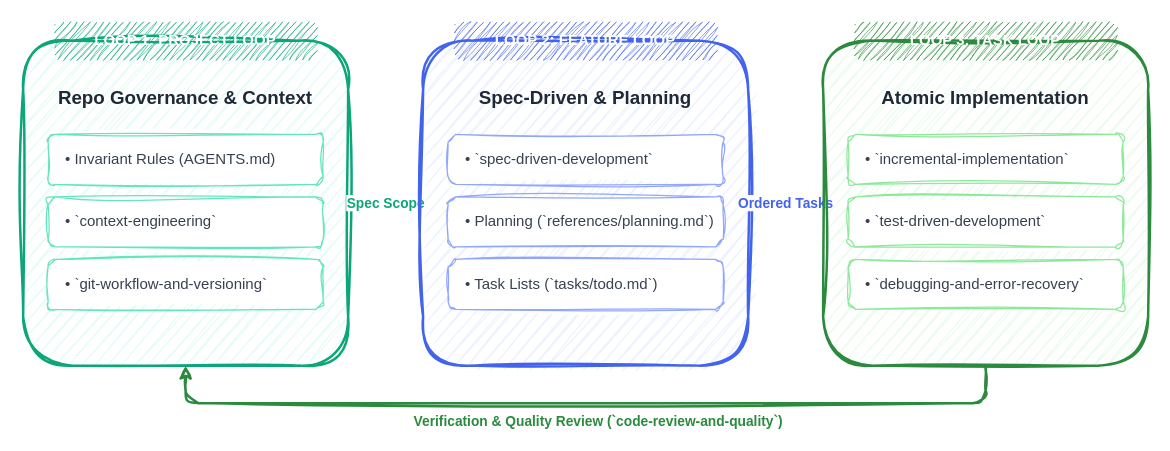
Earlier version of the draw.io diagram public/diagrams/three-loop-harness.drawio (samuelek25k/samuelj90.github.io). Source tidied: cells renumbered, new cells numbered last; positions are measured from the earlier drawing's top-left corner, leaving out a move shared by most shapes. Both pictures are drawn from the tidied source at 125%, with x=0, y=0 at pixel (22, 21).
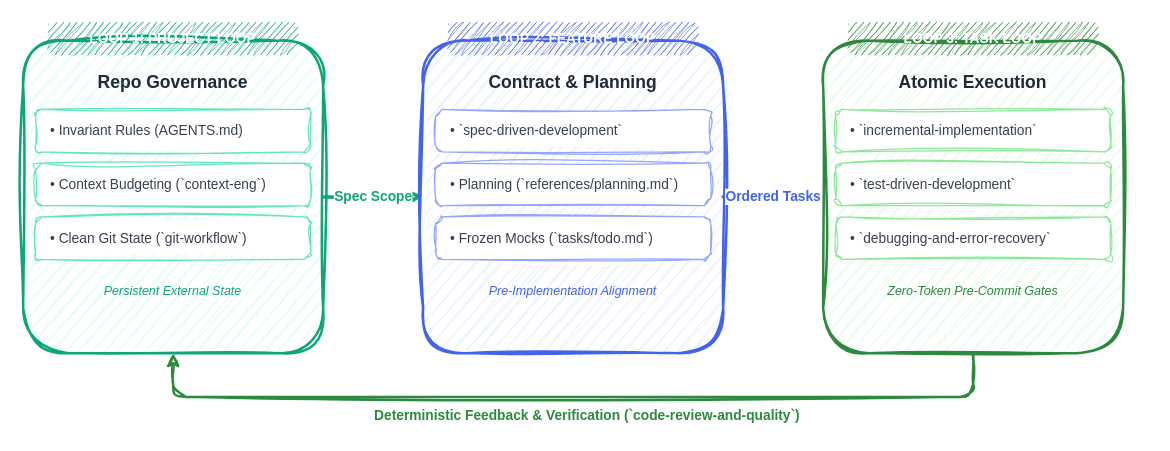
After the change.

Commit message (it also covers changes not shown here):
fix(diagrams): fix readability by standardizing aspect ratio, font sizes, and layout to 960x380 spec

Diff of the diagram source:
```diff
@@
     <mxCell id="2" style="rounded=1;whiteSpace=wrap;html=1;sketch=1;curveFitting=1;jiggle=2;fillColor=#e6fcf5;strokeColor=#0ca678;strokeWidth=2;shadow=0;" parent="1" vertex="1">
-      <mxGeometry y="15" width="260" height="260" as="geometry" />
+      <mxGeometry y="15" width="240" height="250" as="geometry" />
     </mxCell>
-    <mxCell id="3" value="LOOP 1: PROJECT LOOP" style="rounded=1;whiteSpace=wrap;html=1;sketch=1;curveFitting=1;jiggle=2;fillColor=#0ca678;strokeColor=none;fontColor=#ffffff;fontStyle=1;fontSize=12;fontFamily=Helvetica;" parent="1" vertex="1">
-      <mxGeometry x="25" width="210" height="30" as="geometry" />
+    <mxCell id="3" value="LOOP 1: PROJECT LOOP" style="rounded=1;whiteSpace=wrap;html=1;sketch=1;curveFitting=1;jiggle=2;fillColor=#0ca678;strokeColor=none;fontColor=#ffffff;fontStyle=1;fontSize=11;fontFamily=Helvetica;" parent="1" vertex="1">
+      <mxGeometry x="20" width="200" height="26" as="geometry" />
     </mxCell>
-    <mxCell id="4" value="&lt;b&gt;Repo Governance &amp; Context&lt;/b&gt;" style="text;html=1;strokeColor=none;fillColor=none;align=center;verticalAlign=middle;whiteSpace=wrap;rounded=0;fontSize=15;fontFamily=Helvetica;fontColor=#1f2937;" parent="1" vertex="1">
-      <mxGeometry x="20" y="45" width="220" height="30" as="geometry" />
+    <mxCell id="4" value="&lt;b&gt;Repo Governance&lt;/b&gt;" style="text;html=1;strokeColor=none;fillColor=none;align=center;verticalAlign=middle;whiteSpace=wrap;rounded=0;fontSize=14;fontFamily=Helvetica;fontColor=#1f2937;" parent="1" vertex="1">
+      <mxGeometry x="10" y="35" width="220" height="25" as="geometry" />
     </mxCell>
-    <mxCell id="5" value="• Invariant Rules (AGENTS.md)" style="rounded=1;whiteSpace=wrap;html=1;sketch=1;curveFitting=1;jiggle=2;fillColor=#ffffff;strokeColor=#63e6be;fontSize=12;align=left;spacingLeft=12;fontFamily=Helvetica;fontColor=#374151;" parent="1" vertex="1">
-      <mxGeometry x="20" y="90" width="220" height="40" as="geometry" />
+    <mxCell id="5" value="• Invariant Rules (AGENTS.md)" style="rounded=1;whiteSpace=wrap;html=1;sketch=1;curveFitting=1;jiggle=2;fillColor=#ffffff;strokeColor=#63e6be;fontSize=11;align=left;spacingLeft=10;fontFamily=Helvetica;fontColor=#374151;" parent="1" vertex="1">
+      <mxGeometry x="10" y="70" width="220" height="34" as="geometry" />
     </mxCell>
-    <mxCell id="6" value="• `context-engineering`" style="rounded=1;whiteSpace=wrap;html=1;sketch=1;curveFitting=1;jiggle=2;fillColor=#ffffff;strokeColor=#63e6be;fontSize=12;align=left;spacingLeft=12;fontFamily=Helvetica;fontColor=#374151;" parent="1" vertex="1">
-      <mxGeometry x="20" y="140" width="220" height="40" as="geometry" />
+    <mxCell id="6" value="• Context Budgeting (`context-eng`)" style="rounded=1;whiteSpace=wrap;html=1;sketch=1;curveFitting=1;jiggle=2;fillColor=#ffffff;strokeColor=#63e6be;fontSize=11;align=left;spacingLeft=10;fontFamily=Helvetica;fontColor=#374151;" parent="1" vertex="1">
+      <mxGeometry x="10" y="113" width="220" height="34" as="geometry" />
     </mxCell>
-    <mxCell id="7" value="• `git-workflow-and-versioning`" style="rounded=1;whiteSpace=wrap;html=1;sketch=1;curveFitting=1;jiggle=2;fillColor=#ffffff;strokeColor=#63e6be;fontSize=12;align=left;spacingLeft=12;fontFamily=Helvetica;fontColor=#374151;" parent="1" vertex="1">
-      <mxGeometry x="20" y="190" width="220" height="40" as="geometry" />
+    <mxCell id="7" value="• Clean Git State (`git-workflow`)" style="rounded=1;whiteSpace=wrap;html=1;sketch=1;curveFitting=1;jiggle=2;fillColor=#ffffff;strokeColor=#63e6be;fontSize=11;align=left;spacingLeft=10;fontFamily=Helvetica;fontColor=#374151;" parent="1" vertex="1">
+      <mxGeometry x="10" y="156" width="220" height="34" as="geometry" />
     </mxCell>
+    <mxCell id="23" value="Persistent External State" style="text;html=1;strokeColor=none;fillColor=none;align=center;verticalAlign=middle;whiteSpace=wrap;rounded=0;fontSize=10;fontColor=#0ca678;fontStyle=2;fontFamily=Helvetica;" parent="1" vertex="1">
+      <mxGeometry x="10" y="205" width="220" height="20" as="geometry" />
+    </mxCell>
@@
     <mxCell id="9" style="rounded=1;whiteSpace=wrap;html=1;sketch=1;curveFitting=1;jiggle=2;fillColor=#edf2ff;strokeColor=#4263eb;strokeWidth=2;shadow=0;" parent="1" vertex="1">
-      <mxGeometry x="320" y="15" width="260" height="260" as="geometry" />
+      <mxGeometry x="320" y="15" width="240" height="250" as="geometry" />
     </mxCell>
-    <mxCell id="10" value="LOOP 2: FEATURE LOOP" style="rounded=1;whiteSpace=wrap;html=1;sketch=1;curveFitting=1;jiggle=2;fillColor=#4263eb;strokeColor=none;fontColor=#ffffff;fontStyle=1;fontSize=12;fontFamily=Helvetica;" parent="1" vertex="1">
-      <mxGeometry x="345" width="210" height="30" as="geometry" />
+    <mxCell id="10" value="LOOP 2: FEATURE LOOP" style="rounded=1;whiteSpace=wrap;html=1;sketch=1;curveFitting=1;jiggle=2;fillColor=#4263eb;strokeColor=none;fontColor=#ffffff;fontStyle=1;fontSize=11;fontFamily=Helvetica;" parent="1" vertex="1">
+      <mxGeometry x="340" width="200" height="26" as="geometry" />
     </mxCell>
-    <mxCell id="11" value="&lt;b&gt;Spec-Driven &amp; Planning&lt;/b&gt;" style="text;html=1;strokeColor=none;fillColor=none;align=center;verticalAlign=middle;whiteSpace=wrap;rounded=0;fontSize=15;fontFamily=Helvetica;fontColor=#1f2937;" parent="1" vertex="1">
-      <mxGeometry x="340" y="45" width="220" height="30" as="geometry" />
+    <mxCell id="11" value="&lt;b&gt;Contract &amp; Planning&lt;/b&gt;" style="text;html=1;strokeColor=none;fillColor=none;align=center;verticalAlign=middle;whiteSpace=wrap;rounded=0;fontSize=14;fontFamily=Helvetica;fontColor=#1f2937;" parent="1" vertex="1">
+      <mxGeometry x="330" y="35" width="220" height="25" as="geometry" />
     </mxCell>
-    <mxCell id="12" value="• `spec-driven-development`" style="rounded=1;whiteSpace=wrap;html=1;sketch=1;curveFitting=1;jiggle=2;fillColor=#ffffff;strokeColor=#91a7ff;fontSize=12;align=left;spacingLeft=12;fontFamily=Helvetica;fontColor=#374151;" parent="1" vertex="1">
-      <mxGeometry x="340" y="90" width="220" height="40" as="geometry" />
+    <mxCell id="12" value="• `spec-driven-development`" style="rounded=1;whiteSpace=wrap;html=1;sketch=1;curveFitting=1;jiggle=2;fillColor=#ffffff;strokeColor=#91a7ff;fontSize=11;align=left;spacingLeft=10;fontFamily=Helvetica;fontColor=#374151;" parent="1" vertex="1">
+      <mxGeometry x="330" y="70" width="220" height="34" as="geometry" />
     </mxCell>
-    <mxCell id="13" value="• Planning (`references/planning.md`)" style="rounded=1;whiteSpace=wrap;html=1;sketch=1;curveFitting=1;jiggle=2;fillColor=#ffffff;strokeColor=#91a7ff;fontSize=12;align=left;spacingLeft=12;fontFamily=Helvetica;fontColor=#374151;" parent="1" vertex="1">
-      <mxGeometry x="340" y="140" width="220" height="40" as="geometry" />
+    <mxCell id="13" value="• Planning (`references/planning.md`)" style="rounded=1;whiteSpace=wrap;html=1;sketch=1;curveFitting=1;jiggle=2;fillColor=#ffffff;strokeColor=#91a7ff;fontSize=11;align=left;spacingLeft=10;fontFamily=Helvetica;fontColor=#374151;" parent="1" vertex="1">
+      <mxGeometry x="330" y="113" width="220" height="34" as="geometry" />
     </mxCell>
-    <mxCell id="14" value="• Task Lists (`tasks/todo.md`)" style="rounded=1;whiteSpace=wrap;html=1;sketch=1;curveFitting=1;jiggle=2;fillColor=#ffffff;strokeColor=#91a7ff;fontSize=12;align=left;spacingLeft=12;fontFamily=Helvetica;fontColor=#374151;" parent="1" vertex="1">
-      <mxGeometry x="340" y="190" width="220" height="40" as="geometry" />
+    <mxCell id="14" value="• Frozen Mocks (`tasks/todo.md`)" style="rounded=1;whiteSpace=wrap;html=1;sketch=1;curveFitting=1;jiggle=2;fillColor=#ffffff;strokeColor=#91a7ff;fontSize=11;align=left;spacingLeft=10;fontFamily=Helvetica;fontColor=#374151;" parent="1" vertex="1">
+      <mxGeometry x="330" y="156" width="220" height="34" as="geometry" />
     </mxCell>
+    <mxCell id="24" value="Pre-Implementation Alignment" style="text;html=1;strokeColor=none;fillColor=none;align=center;verticalAlign=middle;whiteSpace=wrap;rounded=0;fontSize=10;fontColor=#4263eb;fontStyle=2;fontFamily=Helvetica;" parent="1" vertex="1">
+      <mxGeometry x="330" y="205" width="220" height="20" as="geometry" />
+    </mxCell>
@@
     <mxCell id="16" style="rounded=1;whiteSpace=wrap;html=1;sketch=1;curveFitting=1;jiggle=2;fillColor=#ebfbee;strokeColor=#2b8a3e;strokeWidth=2;shadow=0;" parent="1" vertex="1">
-      <mxGeometry x="640" y="15" width="260" height="260" as="geometry" />
+      <mxGeometry x="640" y="15" width="240" height="250" as="geometry" />
     </mxCell>
-    <mxCell id="17" value="LOOP 3: TASK LOOP" style="rounded=1;whiteSpace=wrap;html=1;sketch=1;curveFitting=1;jiggle=2;fillColor=#2b8a3e;strokeColor=none;fontColor=#ffffff;fontStyle=1;fontSize=12;fontFamily=Helvetica;" parent="1" vertex="1">
-      <mxGeometry x="665" width="210" height="30" as="geometry" />
+    <mxCell id="17" value="LOOP 3: TASK LOOP" style="rounded=1;whiteSpace=wrap;html=1;sketch=1;curveFitting=1;jiggle=2;fillColor=#2b8a3e;strokeColor=none;fontColor=#ffffff;fontStyle=1;fontSize=11;fontFamily=Helvetica;" parent="1" vertex="1">
+      <mxGeometry x="660" width="200" height="26" as="geometry" />
     </mxCell>
-    <mxCell id="18" value="&lt;b&gt;Atomic Implementation&lt;/b&gt;" style="text;html=1;strokeColor=none;fillColor=none;align=center;verticalAlign=middle;whiteSpace=wrap;rounded=0;fontSize=15;fontFamily=Helvetica;fontColor=#1f2937;" parent="1" vertex="1">
-      <mxGeometry x="660" y="45" width="220" height="30" as="geometry" />
+    <mxCell id="18" value="&lt;b&gt;Atomic Execution&lt;/b&gt;" style="text;html=1;strokeColor=none;fillColor=none;align=center;verticalAlign=middle;whiteSpace=wrap;rounded=0;fontSize=14;fontFamily=Helvetica;fontColor=#1f2937;" parent="1" vertex="1">
+      <mxGeometry x="650" y="35" width="220" height="25" as="geometry" />
     </mxCell>
-    <mxCell id="19" value="• `incremental-implementation`" style="rounded=1;whiteSpace=wrap;html=1;sketch=1;curveFitting=1;jiggle=2;fillColor=#ffffff;strokeColor=#8ce99a;fontSize=12;align=left;spacingLeft=12;fontFamily=Helvetica;fontColor=#374151;" parent="1" vertex="1">
-      <mxGeometry x="660" y="90" width="220" height="40" as="geometry" />
+    <mxCell id="19" value="• `incremental-implementation`" style="rounded=1;whiteSpace=wrap;html=1;sketch=1;curveFitting=1;jiggle=2;fillColor=#ffffff;strokeColor=#8ce99a;fontSize=11;align=left;spacingLeft=10;fontFamily=Helvetica;fontColor=#374151;" parent="1" vertex="1">
+      <mxGeometry x="650" y="70" width="220" height="34" as="geometry" />
     </mxCell>
-    <mxCell id="20" value="• `test-driven-development`" style="rounded=1;whiteSpace=wrap;html=1;sketch=1;curveFitting=1;jiggle=2;fillColor=#ffffff;strokeColor=#8ce99a;fontSize=12;align=left;spacingLeft=12;fontFamily=Helvetica;fontColor=#374151;" parent="1" vertex="1">
-      <mxGeometry x="660" y="140" width="220" height="40" as="geometry" />
+    <mxCell id="20" value="• `test-driven-development`" style="rounded=1;whiteSpace=wrap;html=1;sketch=1;curveFitting=1;jiggle=2;fillColor=#ffffff;strokeColor=#8ce99a;fontSize=11;align=left;spacingLeft=10;fontFamily=Helvetica;fontColor=#374151;" parent="1" vertex="1">
+      <mxGeometry x="650" y="113" width="220" height="34" as="geometry" />
     </mxCell>
-    <mxCell id="21" value="• `debugging-and-error-recovery`" style="rounded=1;whiteSpace=wrap;html=1;sketch=1;curveFitting=1;jiggle=2;fillColor=#ffffff;strokeColor=#8ce99a;fontSize=12;align=left;spacingLeft=12;fontFamily=Helvetica;fontColor=#374151;" parent="1" vertex="1">
-      <mxGeometry x="660" y="190" width="220" height="40" as="geometry" />
+    <mxCell id="21" value="• `debugging-and-error-recovery`" style="rounded=1;whiteSpace=wrap;html=1;sketch=1;curveFitting=1;jiggle=2;fillColor=#ffffff;strokeColor=#8ce99a;fontSize=11;align=left;spacingLeft=10;fontFamily=Helvetica;fontColor=#374151;" parent="1" vertex="1">
+      <mxGeometry x="650" y="156" width="220" height="34" as="geometry" />
     </mxCell>
+    <mxCell id="25" value="Zero-Token Pre-Commit Gates" style="text;html=1;strokeColor=none;fillColor=none;align=center;verticalAlign=middle;whiteSpace=wrap;rounded=0;fontSize=10;fontColor=#2b8a3e;fontStyle=2;fontFamily=Helvetica;" parent="1" vertex="1">
+      <mxGeometry x="650" y="205" width="220" height="20" as="geometry" />
+    </mxCell>
-    <mxCell id="22" value="&lt;b&gt;Verification &amp; Quality Review (`code-review-and-quality`)&lt;/b&gt;" style="edgeStyle=orthogonalEdgeStyle;rounded=1;jettySize=auto;html=1;entryX=0.5;entryY=1;entryDx=0;entryDy=0;exitX=0.5;exitY=1;exitDx=0;exitDy=0;strokeColor=#2b8a3e;strokeWidth=2;strokeDasharray=4 4;sketch=1;curveFitting=1;jiggle=2;fontColor=#2b8a3e;fontSize=11;fontFamily=Helvetica;" parent="1" edge="1" source="16" target="2">
+    <mxCell id="22" value="&lt;b&gt;Deterministic Feedback &amp; Verification (`code-review-and-quality`)&lt;/b&gt;" style="edgeStyle=orthogonalEdgeStyle;rounded=1;jettySize=auto;html=1;entryX=0.5;entryY=1;entryDx=0;entryDy=0;exitX=0.5;exitY=1;exitDx=0;exitDy=0;strokeColor=#2b8a3e;strokeWidth=2;strokeDasharray=4 4;sketch=1;curveFitting=1;jiggle=2;fontColor=#2b8a3e;fontSize=11;fontFamily=Helvetica;" parent="1" edge="1" source="16" target="2">
       <mxGeometry x="-0.03" y="15" relative="1" as="geometry">
         <Array as="points">
-          <mxPoint x="770" y="305" />
-          <mxPoint x="130" y="305" />
+          <mxPoint x="760" y="300" />
+          <mxPoint x="120" y="300" />
         </Array>
       </mxGeometry>
     </mxCell>
```
